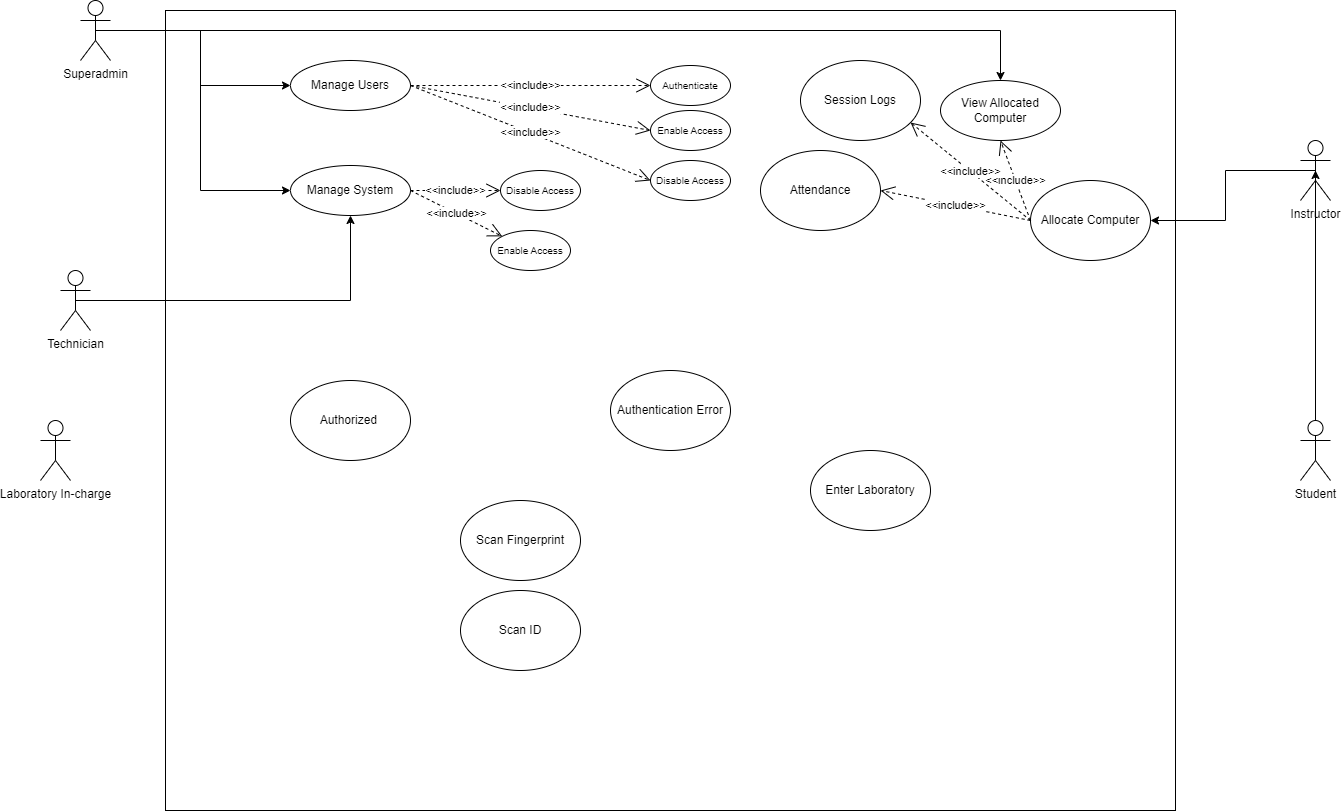
Above: Use_Case_Diagram_Marimo.drawio.png in kaisunoo/Acads (draw.io), before the change. Source tidied: cells renumbered, new cells last; positions are measured from the earlier drawing's top-left corner, leaving out a move shared by most shapes.
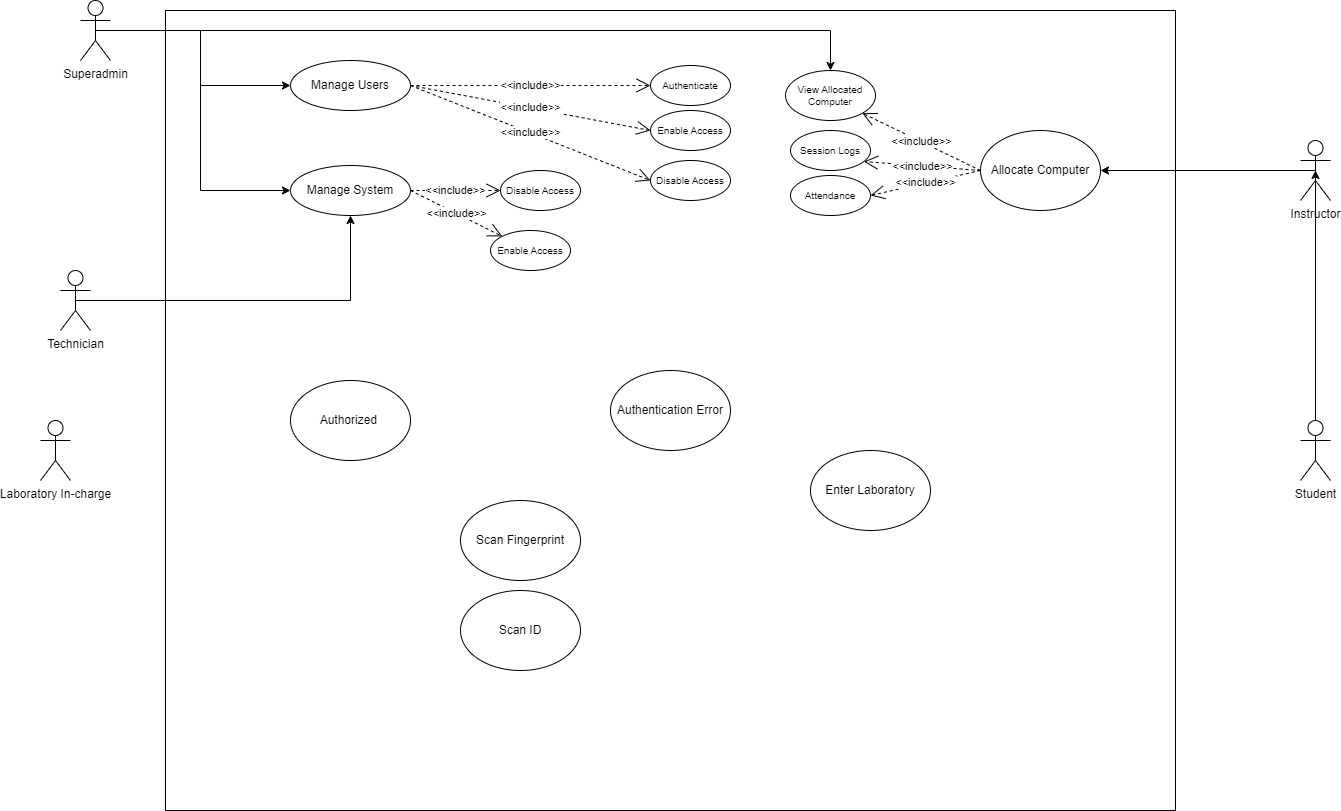
Later version of the same file.

Change to the diagram source:
```diff
@@ -35,8 +35,8 @@
     <mxCell id="12" value="Authorized&amp;nbsp;" style="ellipse;whiteSpace=wrap;html=1;" parent="1" vertex="1">
       <mxGeometry x="250" y="380" width="120" height="80" as="geometry" />
     </mxCell>
-    <mxCell id="13" value="View Allocated Computer" style="ellipse;whiteSpace=wrap;html=1;" parent="1" vertex="1">
-      <mxGeometry x="900" y="80" width="120" height="60" as="geometry" />
+    <mxCell id="13" value="View Allocated Computer" style="ellipse;whiteSpace=wrap;html=1;fontSize=10;" parent="1" vertex="1">
+      <mxGeometry x="745" y="70" width="90" height="50" as="geometry" />
     </mxCell>
     <mxCell id="14" value="Enter Laboratory" style="ellipse;whiteSpace=wrap;html=1;" parent="1" vertex="1">
       <mxGeometry x="770" y="450" width="120" height="80" as="geometry" />
@@ -51,9 +51,9 @@
       <mxGeometry relative="1" as="geometry" />
     </mxCell>
     <mxCell id="18" value="Allocate Computer" style="ellipse;whiteSpace=wrap;html=1;" parent="1" vertex="1">
-      <mxGeometry x="990" y="180" width="120" height="80" as="geometry" />
+      <mxGeometry x="940" y="130" width="120" height="80" as="geometry" />
     </mxCell>
-    <mxCell id="19" value="&amp;lt;&amp;lt;include&amp;gt;&amp;gt;" style="endArrow=open;endSize=12;dashed=1;html=1;rounded=0;exitX=0;exitY=0.5;exitDx=0;exitDy=0;entryX=0.5;entryY=1;entryDx=0;entryDy=0;" parent="1" edge="1" source="18" target="13">
+    <mxCell id="19" value="&amp;lt;&amp;lt;include&amp;gt;&amp;gt;" style="endArrow=open;endSize=12;dashed=1;html=1;rounded=0;exitX=0;exitY=0.5;exitDx=0;exitDy=0;entryX=1;entryY=1;entryDx=0;entryDy=0;" parent="1" edge="1" source="18" target="13">
       <mxGeometry relative="1" as="geometry" />
     </mxCell>
     <mxCell id="20" value="Authentication Error" style="ellipse;whiteSpace=wrap;html=1;" parent="1" vertex="1">
@@ -85,8 +85,8 @@
         <mxPoint x="610" y="85" as="targetPoint" />
       </mxGeometry>
     </mxCell>
-    <mxCell id="29" value="Attendance" style="ellipse;whiteSpace=wrap;html=1;" parent="1" vertex="1">
-      <mxGeometry x="720" y="150" width="120" height="80" as="geometry" />
+    <mxCell id="29" value="Attendance" style="ellipse;whiteSpace=wrap;html=1;fontSize=10;" parent="1" vertex="1">
+      <mxGeometry x="750" y="175" width="80" height="40" as="geometry" />
     </mxCell>
     <mxCell id="30" value="&amp;lt;&amp;lt;include&amp;gt;&amp;gt;" style="endArrow=open;endSize=12;dashed=1;html=1;rounded=0;entryX=1;entryY=0.5;entryDx=0;entryDy=0;exitX=0;exitY=0.5;exitDx=0;exitDy=0;" parent="1" edge="1" source="18" target="29">
       <mxGeometry relative="1" as="geometry" />
@@ -100,8 +100,8 @@
     <mxCell id="33" value="&lt;font style=&quot;font-size: 10px;&quot;&gt;Enable Access&lt;/font&gt;" style="ellipse;whiteSpace=wrap;html=1;" parent="1" vertex="1">
       <mxGeometry x="450" y="230" width="80" height="40" as="geometry" />
     </mxCell>
-    <mxCell id="34" value="Session Logs" style="ellipse;whiteSpace=wrap;html=1;" parent="1" vertex="1">
-      <mxGeometry x="760" y="60" width="120" height="80" as="geometry" />
+    <mxCell id="34" value="&lt;font style=&quot;font-size: 10px;&quot;&gt;Session Logs&lt;/font&gt;" style="ellipse;whiteSpace=wrap;html=1;" parent="1" vertex="1">
+      <mxGeometry x="750" y="130" width="80" height="40" as="geometry" />
     </mxCell>
     <mxCell id="35" value="&amp;lt;&amp;lt;include&amp;gt;&amp;gt;" style="endArrow=open;endSize=12;dashed=1;html=1;rounded=0;exitX=0;exitY=0.5;exitDx=0;exitDy=0;entryX=0.917;entryY=0.775;entryDx=0;entryDy=0;entryPerimeter=0;" parent="1" edge="1" source="18" target="34">
       <mxGeometry relative="1" as="geometry" />
```
